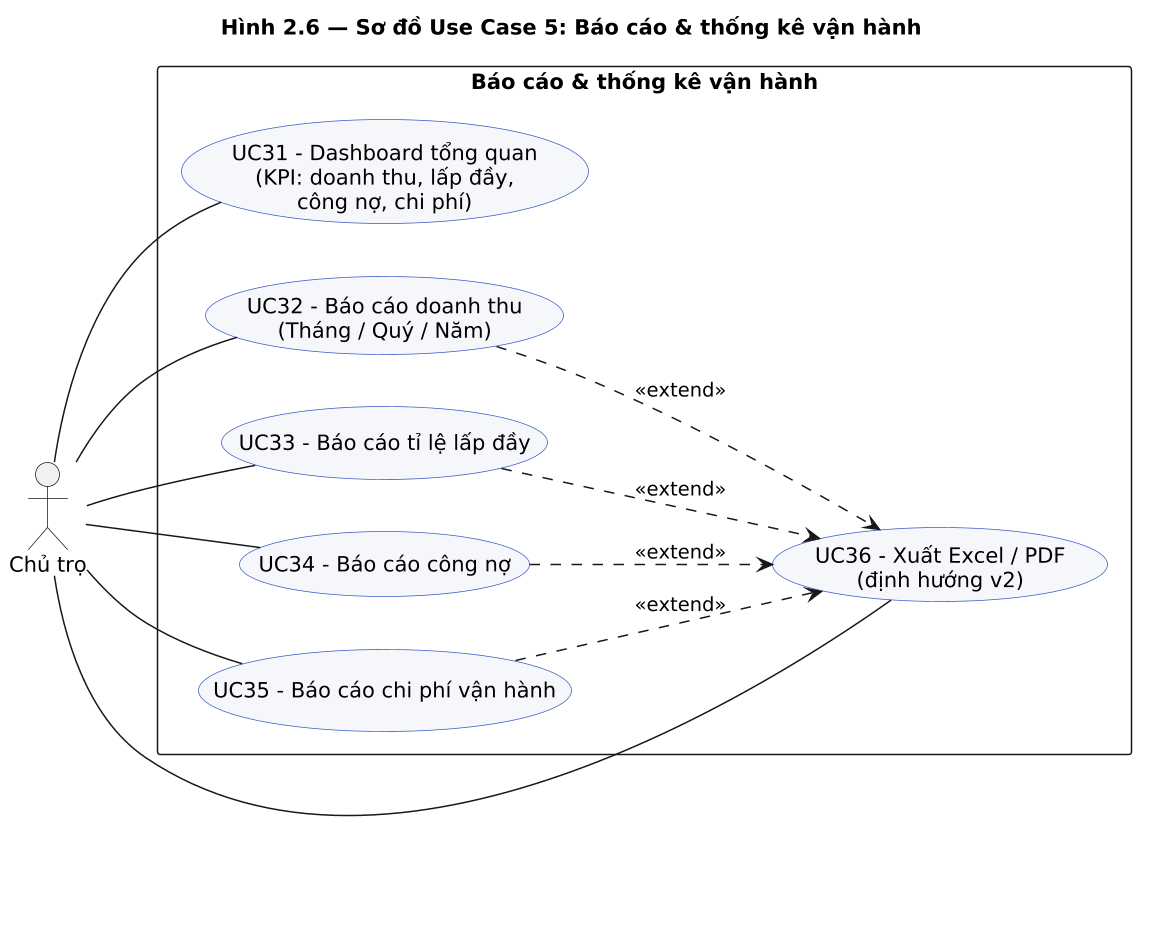
Earlier version of the PlantUML export docs/diagrams/png/2.06_uc_report.png (DiepTuHuy/Hostel_Management).
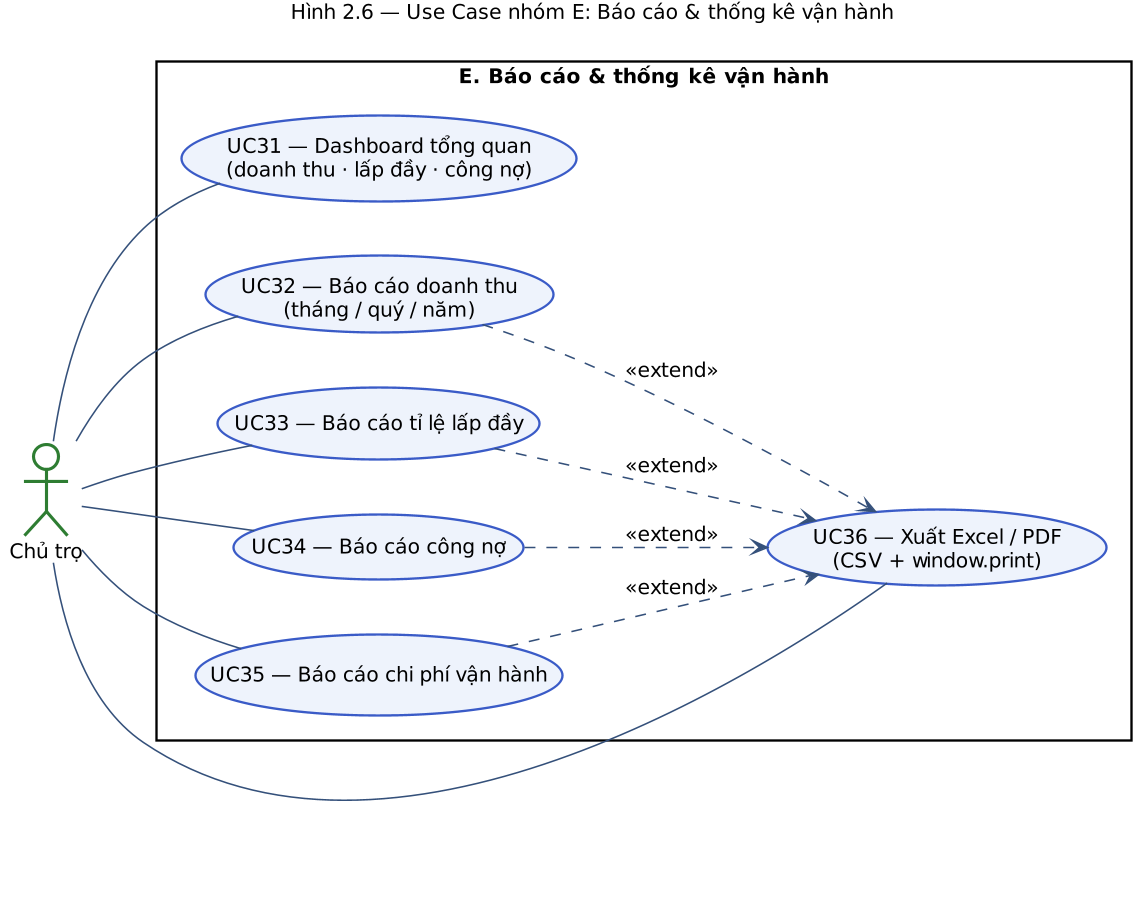
Above is the later version.

Change to the diagram source:
```diff
@@ -1,35 +1,43 @@
-@startuml
-scale 1.5
-title Hình 2.6 — Sơ đồ Use Case 5: Báo cáo & thống kê vận hành
+@startuml UC_Report
+title Hình 2.6 — Use Case nhóm E: Báo cáo & thống kê vận hành
 
-left to right direction
+skinparam dpi 150
+skinparam shadowing false
+skinparam defaultFontName "Segoe UI"
+skinparam defaultFontSize 13
 skinparam packageStyle rectangle
-skinparam shadowing false
+skinparam ArrowColor #34507A
 skinparam usecase {
-  BackgroundColor #F5F7FB
+  BackgroundColor #EEF3FC
   BorderColor #3A5BC7
 }
+skinparam actor {
+  BackgroundColor #FFFFFF
+  BorderColor #2E7D32
+}
+left to right direction
 
 actor "Chủ trọ" as Owner
 
-rectangle "Báo cáo & thống kê vận hành" {
-  usecase "UC31 - Dashboard tổng quan\n(KPI: doanh thu, lấp đầy,\ncông nợ, chi phí)" as R1
-  usecase "UC32 - Báo cáo doanh thu\n(Tháng / Quý / Năm)" as R2
-  usecase "UC33 - Báo cáo tỉ lệ lấp đầy" as R3
-  usecase "UC34 - Báo cáo công nợ" as R4
-  usecase "UC35 - Báo cáo chi phí vận hành" as R5
-  usecase "UC36 - Xuất Excel / PDF\n(định hướng v2)"        as R6
+rectangle "E. Báo cáo & thống kê vận hành" {
+  usecase "UC31 — Dashboard tổng quan\n(doanh thu · lấp đầy · công nợ)" as E1
+  usecase "UC32 — Báo cáo doanh thu\n(tháng / quý / năm)"  as E2
+  usecase "UC33 — Báo cáo tỉ lệ lấp đầy" as E3
+  usecase "UC34 — Báo cáo công nợ"        as E4
+  usecase "UC35 — Báo cáo chi phí vận hành" as E5
+  usecase "UC36 — Xuất Excel / PDF\n(CSV + window.print)" as E6
 }
 
-Owner -- R1
-Owner -- R2
-Owner -- R3
-Owner -- R4
-Owner -- R5
-Owner -- R6
+Owner -- E1
+Owner -- E2
+Owner -- E3
+Owner -- E4
+Owner -- E5
+Owner -- E6
 
-R2 ..> R6 : <<extend>>
-R3 ..> R6 : <<extend>>
-R4 ..> R6 : <<extend>>
-R5 ..> R6 : <<extend>>
+E2 ..> E6 : <<extend>>
+E3 ..> E6 : <<extend>>
+E4 ..> E6 : <<extend>>
+E5 ..> E6 : <<extend>>
+
 @enduml
```
